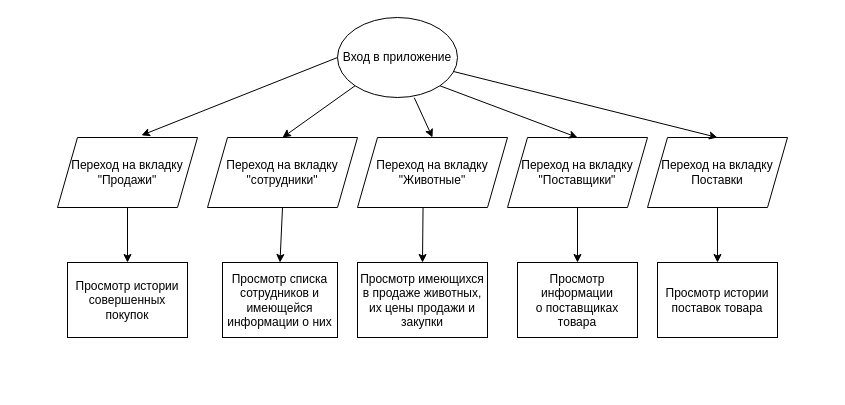
The draw.io diagram Untitled Diagram.drawio in Vanilla69Ice/NewRepo, before the edit. Source tidied: cells renumbered, new cells numbered last; positions are measured from the earlier drawing's top-left corner, leaving out a move shared by most shapes. Both pictures are drawn from the tidied source at 100%, with x=0, y=0 at pixel (57, 17).
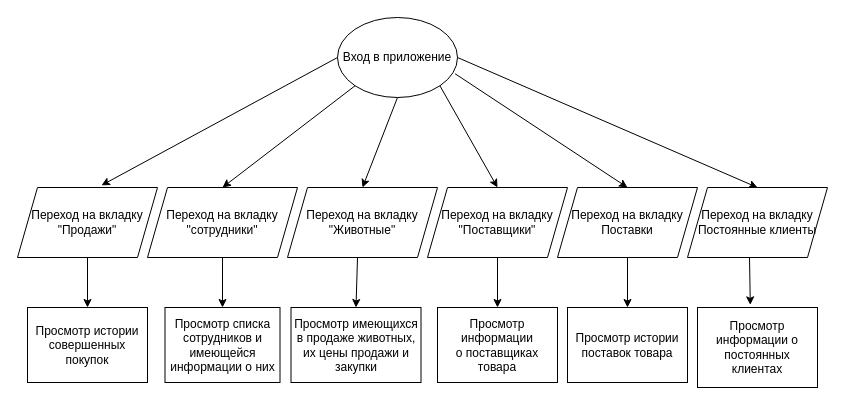
Above is the later version.

Unchanged cells that the change refers to:
```xml
<mxCell id="2" value="Вход в приложение" style="ellipse;whiteSpace=wrap;html=1;" parent="1" vertex="1">
  <mxGeometry x="280" width="120" height="80" as="geometry" />
</mxCell>
```

Change to the diagram source:
```diff
@@
     <mxCell id="3" value="Переход на вкладку &quot;сотрудники&quot;" style="shape=parallelogram;perimeter=parallelogramPerimeter;whiteSpace=wrap;html=1;fixedSize=1;" parent="1" vertex="1">
-      <mxGeometry x="150" y="120" width="150" height="70" as="geometry" />
+      <mxGeometry x="90" y="170" width="150" height="70" as="geometry" />
     </mxCell>
     <mxCell id="4" value="Просмотр списка сотрудников и имеющейся информации о них" style="rounded=0;whiteSpace=wrap;html=1;" parent="1" vertex="1">
-      <mxGeometry x="165" y="245" width="115" height="75" as="geometry" />
+      <mxGeometry x="107.5" y="290" width="115" height="75" as="geometry" />
     </mxCell>
@@
     <mxCell id="7" value="Переход на вкладку&lt;br&gt;&quot;Животные&quot;" style="shape=parallelogram;perimeter=parallelogramPerimeter;whiteSpace=wrap;html=1;fixedSize=1;" parent="1" vertex="1">
-      <mxGeometry x="300" y="120" width="150" height="70" as="geometry" />
+      <mxGeometry x="230" y="170" width="150" height="70" as="geometry" />
     </mxCell>
     <mxCell id="8" value="Просмотр имеющихся в продаже животных, их цены продажи и закупки" style="rounded=0;whiteSpace=wrap;html=1;" parent="1" vertex="1">
-      <mxGeometry x="300" y="245" width="130" height="75" as="geometry" />
+      <mxGeometry x="233.5" y="290" width="130" height="75" as="geometry" />
     </mxCell>
-    <mxCell id="9" style="endArrow=classic;html=1;rounded=0;entryX=0.5;entryY=0;entryDx=0;entryDy=0;exitX=0.64;exitY=1.003;exitDx=0;exitDy=0;exitPerimeter=0;" parent="1" edge="1" source="2" target="7">
+    <mxCell id="9" style="endArrow=classic;html=1;rounded=0;entryX=0.5;entryY=0;entryDx=0;entryDy=0;exitX=0.5;exitY=1;exitDx=0;exitDy=0;" parent="1" edge="1" source="2" target="7">
       <mxGeometry relative="1" as="geometry" />
     </mxCell>
     <mxCell id="10" value="Переход на вкладку &quot;Продажи&quot;" style="shape=parallelogram;perimeter=parallelogramPerimeter;whiteSpace=wrap;html=1;fixedSize=1;" parent="1" vertex="1">
-      <mxGeometry y="120" width="140" height="70" as="geometry" />
+      <mxGeometry x="-40" y="170" width="140" height="70" as="geometry" />
     </mxCell>
     <mxCell id="11" value="Просмотр истории&lt;br&gt;совершенных покупок" style="rounded=0;whiteSpace=wrap;html=1;" parent="1" vertex="1">
-      <mxGeometry x="10" y="245" width="120" height="75" as="geometry" />
+      <mxGeometry x="-30" y="290" width="120" height="75" as="geometry" />
     </mxCell>
@@
     <mxCell id="13" value="Переход на вкладку&lt;br&gt;&quot;Поставщики&quot;" style="shape=parallelogram;perimeter=parallelogramPerimeter;whiteSpace=wrap;html=1;fixedSize=1;" parent="1" vertex="1">
-      <mxGeometry x="450" y="120" width="140" height="70" as="geometry" />
+      <mxGeometry x="370" y="170" width="140" height="70" as="geometry" />
     </mxCell>
@@
     <mxCell id="15" value="Переход на вкладку&lt;br&gt;Поставки" style="shape=parallelogram;perimeter=parallelogramPerimeter;whiteSpace=wrap;html=1;fixedSize=1;" parent="1" vertex="1">
-      <mxGeometry x="590" y="120" width="140" height="70" as="geometry" />
+      <mxGeometry x="500" y="170" width="140" height="70" as="geometry" />
     </mxCell>
-    <mxCell id="16" style="endArrow=classic;html=1;rounded=0;entryX=0.5;entryY=0;entryDx=0;entryDy=0;" parent="1" edge="1" source="2" target="15">
+    <mxCell id="16" style="endArrow=classic;html=1;rounded=0;entryX=0.5;entryY=0;entryDx=0;entryDy=0;exitX=0.98;exitY=0.703;exitDx=0;exitDy=0;exitPerimeter=0;" parent="1" edge="1" source="2" target="15">
       <mxGeometry relative="1" as="geometry" />
     </mxCell>
     <mxCell id="17" value="Просмотр информации&lt;br&gt;о поставщиках товара" style="rounded=0;whiteSpace=wrap;html=1;" parent="1" vertex="1">
-      <mxGeometry x="460" y="245" width="120" height="75" as="geometry" />
+      <mxGeometry x="380" y="290" width="120" height="75" as="geometry" />
     </mxCell>
-    <mxCell id="18" style="endArrow=classic;html=1;rounded=0;entryX=0.5;entryY=0;entryDx=0;entryDy=0;exitX=0.437;exitY=0.997;exitDx=0;exitDy=0;exitPerimeter=0;" parent="1" edge="1" source="7" target="8">
-      <mxGeometry relative="1" as="geometry" />
+    <mxCell id="18" style="endArrow=classic;html=1;rounded=0;entryX=0.5;entryY=0;entryDx=0;entryDy=0;" parent="1" edge="1" target="8">
+      <mxGeometry relative="1" as="geometry">
+        <mxPoint x="300" y="240" as="sourcePoint" />
+      </mxGeometry>
     </mxCell>
     <mxCell id="19" value="Просмотр истории поставок товара" style="rounded=0;whiteSpace=wrap;html=1;" parent="1" vertex="1">
-      <mxGeometry x="600" y="245" width="120" height="75" as="geometry" />
+      <mxGeometry x="510" y="290" width="120" height="75" as="geometry" />
     </mxCell>
@@
+    <mxCell id="23" value="Переход на вкладку&lt;br&gt;Постоянные клиенты" style="shape=parallelogram;perimeter=parallelogramPerimeter;whiteSpace=wrap;html=1;fixedSize=1;" parent="1" vertex="1">
+      <mxGeometry x="630" y="170" width="140" height="70" as="geometry" />
+    </mxCell>
+    <mxCell id="24" value="Просмотр информации о постоянных клиентах" style="rounded=0;whiteSpace=wrap;html=1;" parent="1" vertex="1">
+      <mxGeometry x="640" y="290" width="120" height="80" as="geometry" />
+    </mxCell>
+    <mxCell id="25" style="endArrow=classic;html=1;rounded=0;entryX=0.5;entryY=0;entryDx=0;entryDy=0;exitX=1;exitY=0.5;exitDx=0;exitDy=0;" parent="1" edge="1" source="2" target="23">
+      <mxGeometry relative="1" as="geometry" />
+    </mxCell>
+    <mxCell id="26" style="endArrow=classic;html=1;rounded=0;entryX=0.44;entryY=-0.033;entryDx=0;entryDy=0;entryPerimeter=0;exitX=0.443;exitY=1.003;exitDx=0;exitDy=0;exitPerimeter=0;" parent="1" edge="1" source="23" target="24">
+      <mxGeometry relative="1" as="geometry" />
+    </mxCell>
```
